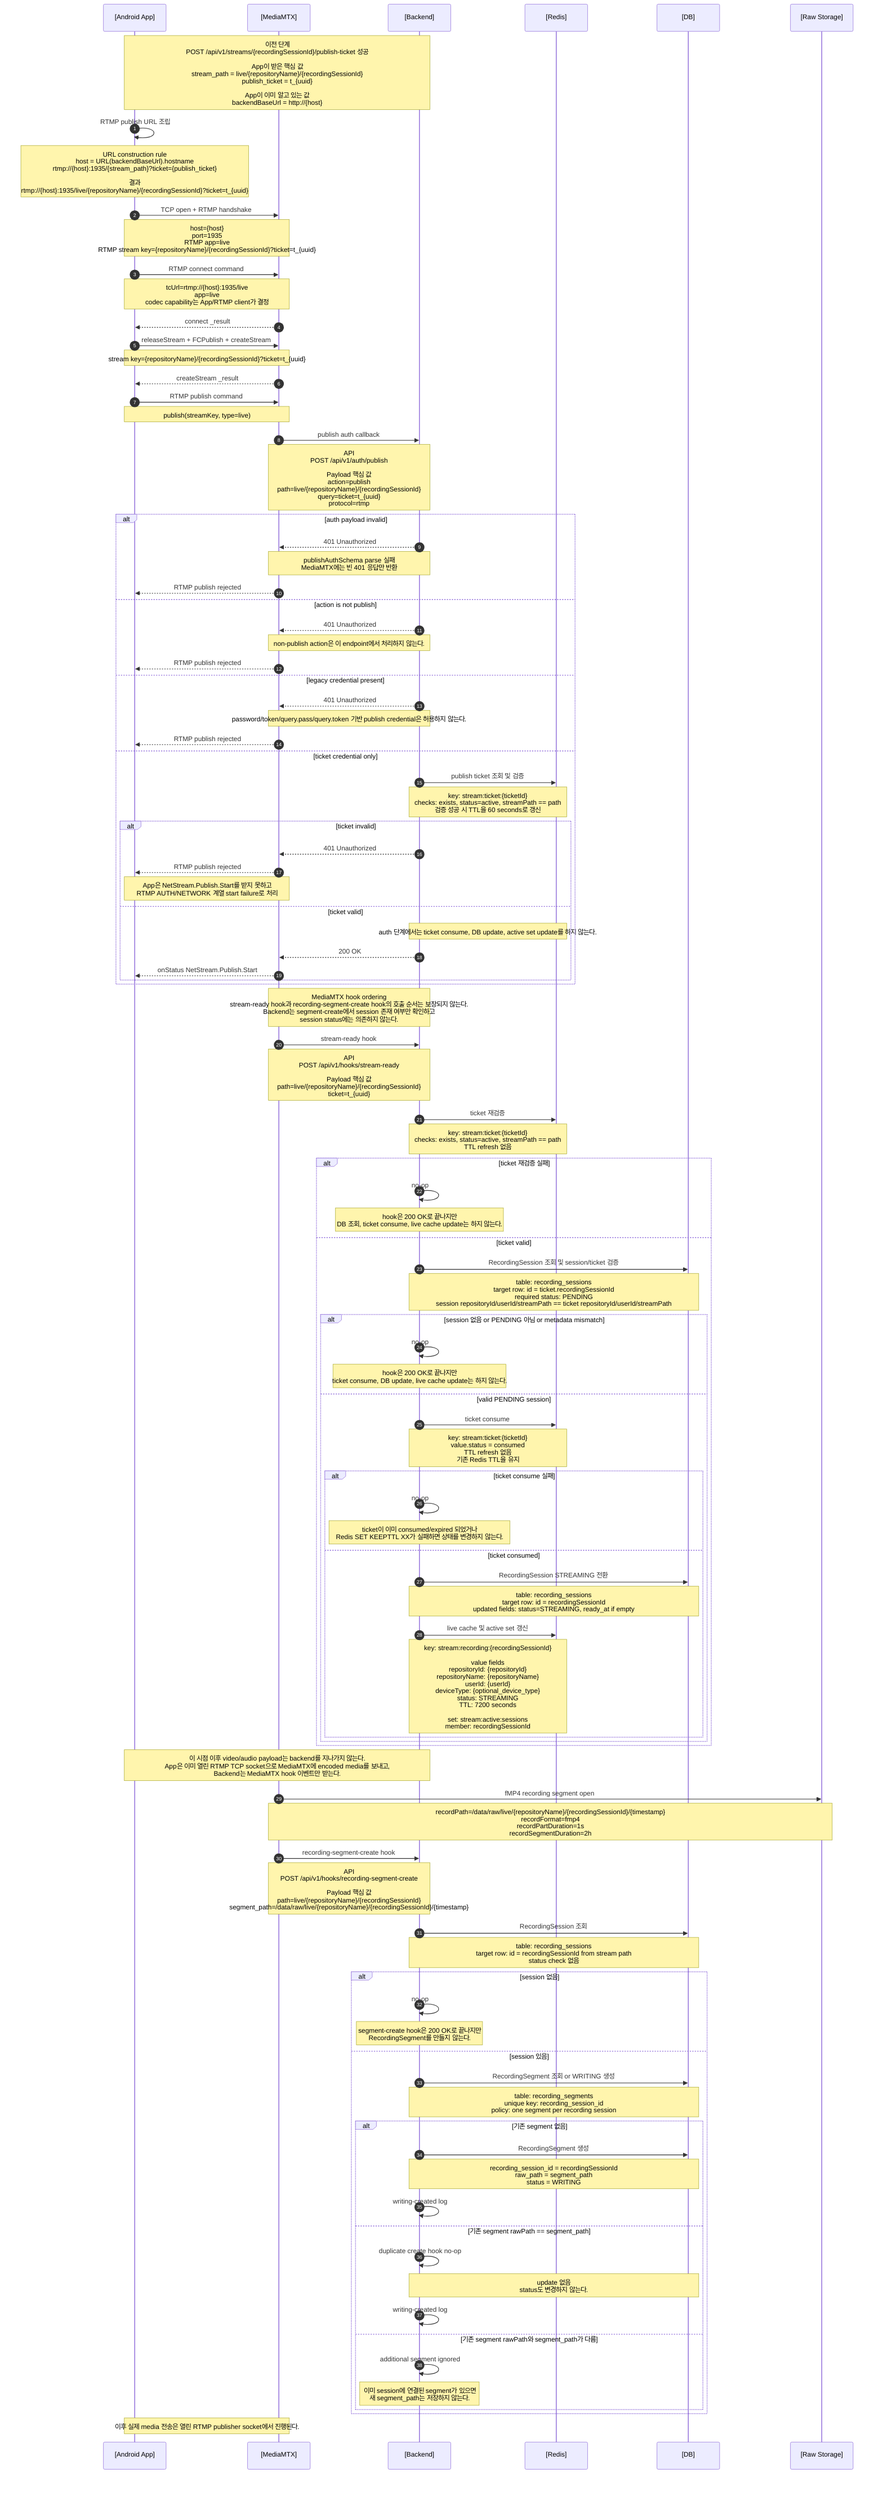
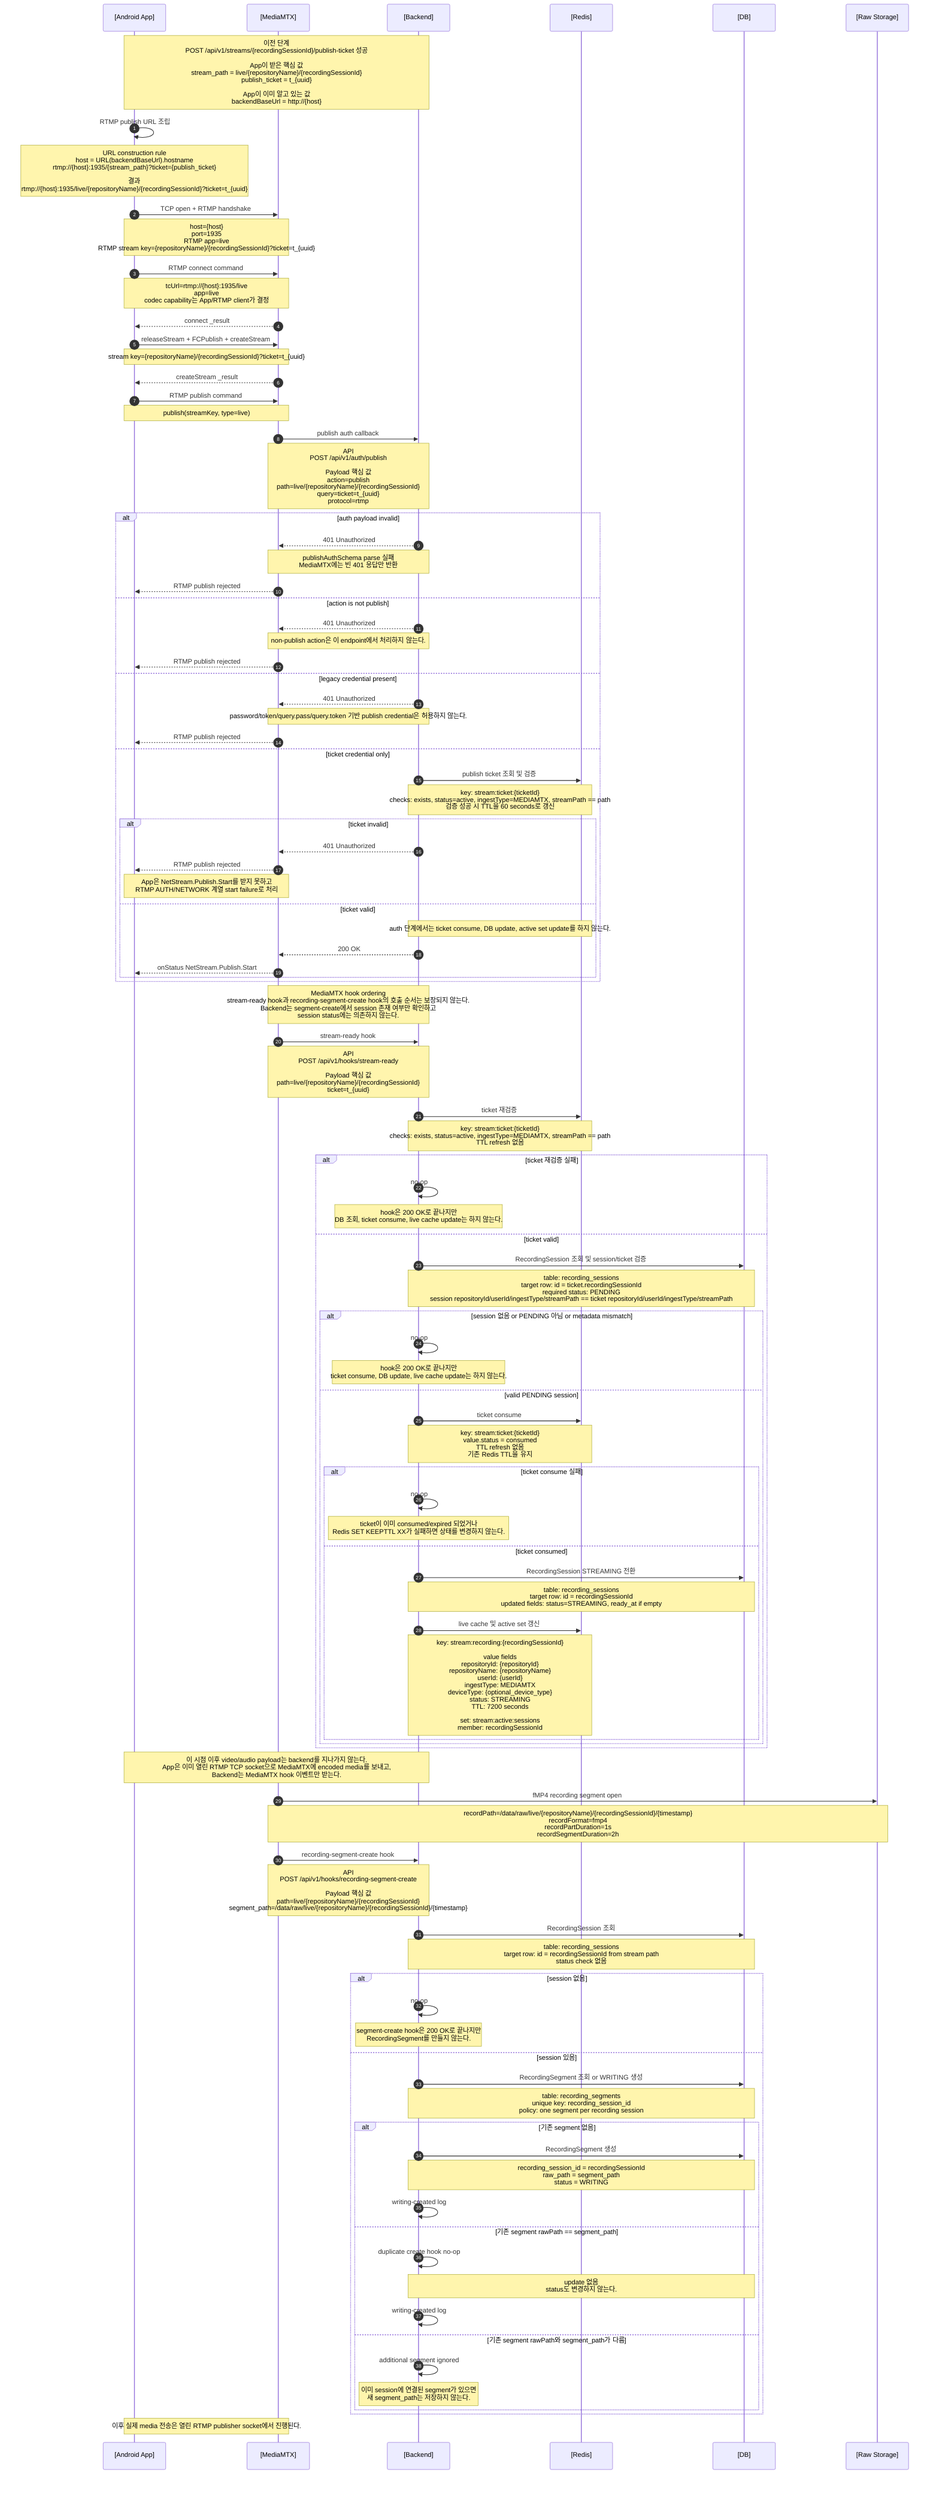
sequenceDiagram
  autonumber
  participant App as [Android App]
  participant MTX as [MediaMTX]
  participant Backend as [Backend]
  participant Redis as [Redis]
  participant DB as [DB]
  participant Storage as [Raw Storage]

  Note over App,Backend: 이전 단계<br/>POST /api/v1/streams/{recordingSessionId}/publish-ticket 성공<br/><br/>App이 받은 핵심 값<br/>stream_path = live/{repositoryName}/{recordingSessionId}<br/>publish_ticket = t_{uuid}<br/><br/>App이 이미 알고 있는 값<br/>backendBaseUrl = http://{host}

  App->>App: RTMP publish URL 조립
  Note over App: URL construction rule<br/>host = URL(backendBaseUrl).hostname<br/>rtmp://{host}:1935/{stream_path}?ticket={publish_ticket}<br/><br/>결과<br/>rtmp://{host}:1935/live/{repositoryName}/{recordingSessionId}?ticket=t_{uuid}

  App->>MTX: TCP open + RTMP handshake
  Note over App,MTX: host={host}<br/>port=1935<br/>RTMP app=live<br/>RTMP stream key={repositoryName}/{recordingSessionId}?ticket=t_{uuid}

  App->>MTX: RTMP connect command
  Note over App,MTX: tcUrl=rtmp://{host}:1935/live<br/>app=live<br/>codec capability는 App/RTMP client가 결정
  MTX-->>App: connect _result

  App->>MTX: releaseStream + FCPublish + createStream
  Note over App,MTX: stream key={repositoryName}/{recordingSessionId}?ticket=t_{uuid}
  MTX-->>App: createStream _result

  App->>MTX: RTMP publish command
  Note over App,MTX: publish(streamKey, type=live)

  MTX->>Backend: publish auth callback
  Note over MTX,Backend: API<br/>POST /api/v1/auth/publish<br/><br/>Payload 핵심 값<br/>action=publish<br/>path=live/{repositoryName}/{recordingSessionId}<br/>query=ticket=t_{uuid}<br/>protocol=rtmp

  alt auth payload invalid
    Backend-->>MTX: 401 Unauthorized
    Note over Backend,MTX: publishAuthSchema parse 실패<br/>MediaMTX에는 빈 401 응답만 반환
    MTX-->>App: RTMP publish rejected
  else action is not publish
    Backend-->>MTX: 401 Unauthorized
    Note over Backend,MTX: non-publish action은 이 endpoint에서 처리하지 않는다.
    MTX-->>App: RTMP publish rejected
  else legacy credential present
    Backend-->>MTX: 401 Unauthorized
    Note over Backend,MTX: password/token/query.pass/query.token 기반 publish credential은 허용하지 않는다.
    MTX-->>App: RTMP publish rejected
  else ticket credential only
    Backend->>Redis: publish ticket 조회 및 검증
-     Note over Backend,Redis: key: stream:ticket:{ticketId}<br/>checks: exists, status=active, streamPath == path<br/>검증 성공 시 TTL을 60 seconds로 갱신
+     Note over Backend,Redis: key: stream:ticket:{ticketId}<br/>checks: exists, status=active, ingestType=MEDIAMTX, streamPath == path<br/>검증 성공 시 TTL을 60 seconds로 갱신

    alt ticket invalid
      Backend-->>MTX: 401 Unauthorized
      MTX-->>App: RTMP publish rejected
      Note over App,MTX: App은 NetStream.Publish.Start를 받지 못하고<br/>RTMP AUTH/NETWORK 계열 start failure로 처리
    else ticket valid
      Note over Backend,Redis: auth 단계에서는 ticket consume, DB update, active set update를 하지 않는다.
      Backend-->>MTX: 200 OK
      MTX-->>App: onStatus NetStream.Publish.Start
    end
  end

  Note over MTX,Backend: MediaMTX hook ordering<br/>stream-ready hook과 recording-segment-create hook의 호출 순서는 보장되지 않는다.<br/>Backend는 segment-create에서 session 존재 여부만 확인하고<br/>session status에는 의존하지 않는다.

  MTX->>Backend: stream-ready hook
  Note over MTX,Backend: API<br/>POST /api/v1/hooks/stream-ready<br/><br/>Payload 핵심 값<br/>path=live/{repositoryName}/{recordingSessionId}<br/>ticket=t_{uuid}

  Backend->>Redis: ticket 재검증
-   Note over Backend,Redis: key: stream:ticket:{ticketId}<br/>checks: exists, status=active, streamPath == path<br/>TTL refresh 없음
+   Note over Backend,Redis: key: stream:ticket:{ticketId}<br/>checks: exists, status=active, ingestType=MEDIAMTX, streamPath == path<br/>TTL refresh 없음

  alt ticket 재검증 실패
    Backend->>Backend: no-op
    Note over Backend: hook은 200 OK로 끝나지만<br/>DB 조회, ticket consume, live cache update는 하지 않는다.
  else ticket valid
    Backend->>DB: RecordingSession 조회 및 session/ticket 검증
-     Note over Backend,DB: table: recording_sessions<br/>target row: id = ticket.recordingSessionId<br/>required status: PENDING<br/>session repositoryId/userId/streamPath == ticket repositoryId/userId/streamPath
+     Note over Backend,DB: table: recording_sessions<br/>target row: id = ticket.recordingSessionId<br/>required status: PENDING<br/>session repositoryId/userId/ingestType/streamPath == ticket repositoryId/userId/ingestType/streamPath

    alt session 없음 or PENDING 아님 or metadata mismatch
      Backend->>Backend: no-op
      Note over Backend: hook은 200 OK로 끝나지만<br/>ticket consume, DB update, live cache update는 하지 않는다.
    else valid PENDING session
    Backend->>Redis: ticket consume
    Note over Backend,Redis: key: stream:ticket:{ticketId}<br/>value.status = consumed<br/>TTL refresh 없음<br/>기존 Redis TTL을 유지

      alt ticket consume 실패
        Backend->>Backend: no-op
        Note over Backend: ticket이 이미 consumed/expired 되었거나<br/>Redis SET KEEPTTL XX가 실패하면 상태를 변경하지 않는다.
      else ticket consumed
        Backend->>DB: RecordingSession STREAMING 전환
        Note over Backend,DB: table: recording_sessions<br/>target row: id = recordingSessionId<br/>updated fields: status=STREAMING, ready_at if empty

        Backend->>Redis: live cache 및 active set 갱신
-         Note over Backend,Redis: key: stream:recording:{recordingSessionId}<br/><br/>value fields<br/>repositoryId: {repositoryId}<br/>repositoryName: {repositoryName}<br/>userId: {userId}<br/>deviceType: {optional_device_type}<br/>status: STREAMING<br/>TTL: 7200 seconds<br/><br/>set: stream:active:sessions<br/>member: recordingSessionId
+         Note over Backend,Redis: key: stream:recording:{recordingSessionId}<br/><br/>value fields<br/>repositoryId: {repositoryId}<br/>repositoryName: {repositoryName}<br/>userId: {userId}<br/>ingestType: MEDIAMTX<br/>deviceType: {optional_device_type}<br/>status: STREAMING<br/>TTL: 7200 seconds<br/><br/>set: stream:active:sessions<br/>member: recordingSessionId
      end
    end
  end

  Note over App,Backend: 이 시점 이후 video/audio payload는 backend를 지나가지 않는다.<br/>App은 이미 열린 RTMP TCP socket으로 MediaMTX에 encoded media를 보내고,<br/>Backend는 MediaMTX hook 이벤트만 받는다.

  MTX->>Storage: fMP4 recording segment open
  Note over MTX,Storage: recordPath=/data/raw/live/{repositoryName}/{recordingSessionId}/{timestamp}<br/>recordFormat=fmp4<br/>recordPartDuration=1s<br/>recordSegmentDuration=2h

  MTX->>Backend: recording-segment-create hook
  Note over MTX,Backend: API<br/>POST /api/v1/hooks/recording-segment-create<br/><br/>Payload 핵심 값<br/>path=live/{repositoryName}/{recordingSessionId}<br/>segment_path=/data/raw/live/{repositoryName}/{recordingSessionId}/{timestamp}

  Backend->>DB: RecordingSession 조회
  Note over Backend,DB: table: recording_sessions<br/>target row: id = recordingSessionId from stream path<br/>status check 없음

  alt session 없음
    Backend->>Backend: no-op
    Note over Backend: segment-create hook은 200 OK로 끝나지만<br/>RecordingSegment를 만들지 않는다.
  else session 있음
    Backend->>DB: RecordingSegment 조회 or WRITING 생성
    Note over Backend,DB: table: recording_segments<br/>unique key: recording_session_id<br/>policy: one segment per recording session

    alt 기존 segment 없음
      Backend->>DB: RecordingSegment 생성
      Note over Backend,DB: recording_session_id = recordingSessionId<br/>raw_path = segment_path<br/>status = WRITING
      Backend->>Backend: writing-created log
    else 기존 segment rawPath == segment_path
      Backend->>Backend: duplicate create hook no-op
      Note over Backend,DB: update 없음<br/>status도 변경하지 않는다.
      Backend->>Backend: writing-created log
    else 기존 segment rawPath와 segment_path가 다름
      Backend->>Backend: additional segment ignored
      Note over Backend: 이미 session에 연결된 segment가 있으면<br/>새 segment_path는 저장하지 않는다.
    end
  end

  Note over App,MTX: 이후 실제 media 전송은 열린 RTMP publisher socket에서 진행된다.

%% 참고:
%% 이 문서는 publish-ticket 발급 이후 RTMP publish 인증, stream-ready, live cache 등록,
%% 첫 recording segment 생성까지만 다룬다.
%% 실제 RTMP media chunk 전송부터 stream 종료, hook 처리, finalize enqueue까지는
%% .mermaid/4.rtmp-stream.mmd에서 다룬다.
